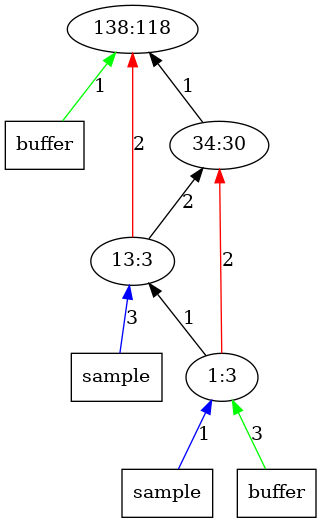
Above: outputImages/op118.png.png in AbhikKhan/MTP_IITG (Graphviz), before the change. Its source is kept beside it as outputTrees/op118.dot.
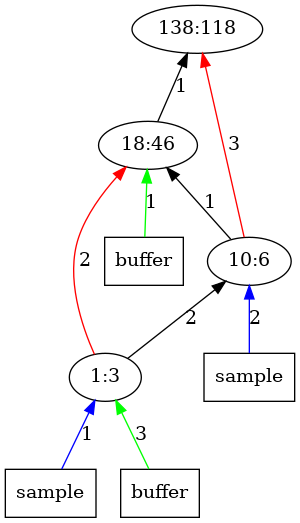
Above is the later version.

What changed in the source:
```diff
@@ -1,17 +1,17 @@
 digraph Tree{
 	rankdir="BT"
-	x12 -> 1 [label = "1", color = "green"];
-	x12 [label = "buffer", shape = "box"];
 	1 [label = "138:118"];
 	2 -> 1 [label = "1", color = "black"];
-	2 [label = "34:30"];
-	3 -> 2 [label = "2", color = "black"];
-	3 -> 1 [label = "2", color = "red"];
-	x31 -> 3 [label = "3", color = "blue"];
+	x22 -> 2 [label = "1", color = "green"];
+	x22 [label = "buffer", shape = "box"];
+	2 [label = "18:46"];
+	3 -> 2 [label = "1", color = "black"];
+	3 -> 1 [label = "3", color = "red"];
+	x31 -> 3 [label = "2", color = "blue"];
 	x31 [label = "sample", shape = "box"];
-	3 [label = "13:3"];
+	3 [label = "10:6"];
+	4 -> 3 [label = "2", color = "black"];
 	4 -> 2 [label = "2", color = "red"];
-	4 -> 3 [label = "1", color = "black"];
 	x41 -> 4 [label = "1", color = "blue"];
 	x41 [label = "sample", shape = "box"];
 	x42 -> 4 [label = "3", color = "green"];
```
